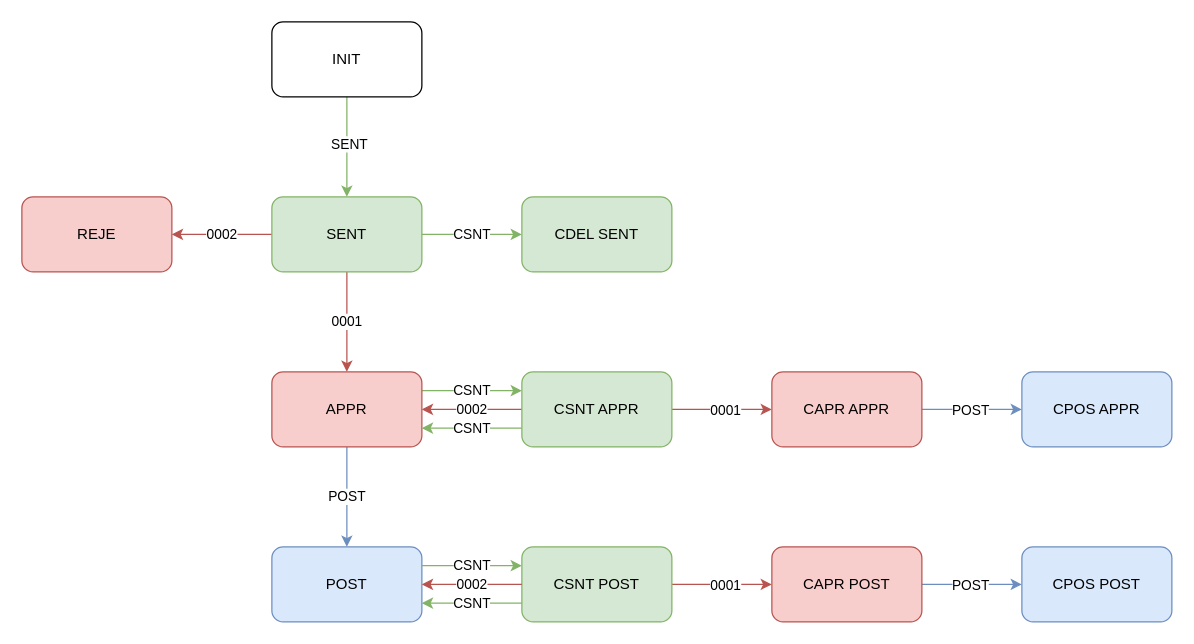
Above: Diagram bez tytułu.drawio in Pomczyk/Testowe (draw.io), before the change. Source tidied: cells renumbered, new cells numbered last; positions are measured from the earlier drawing's top-left corner, leaving out a move shared by most shapes. Both pictures are drawn from the tidied source at 125%, with x=0, y=0 at pixel (21, 21).
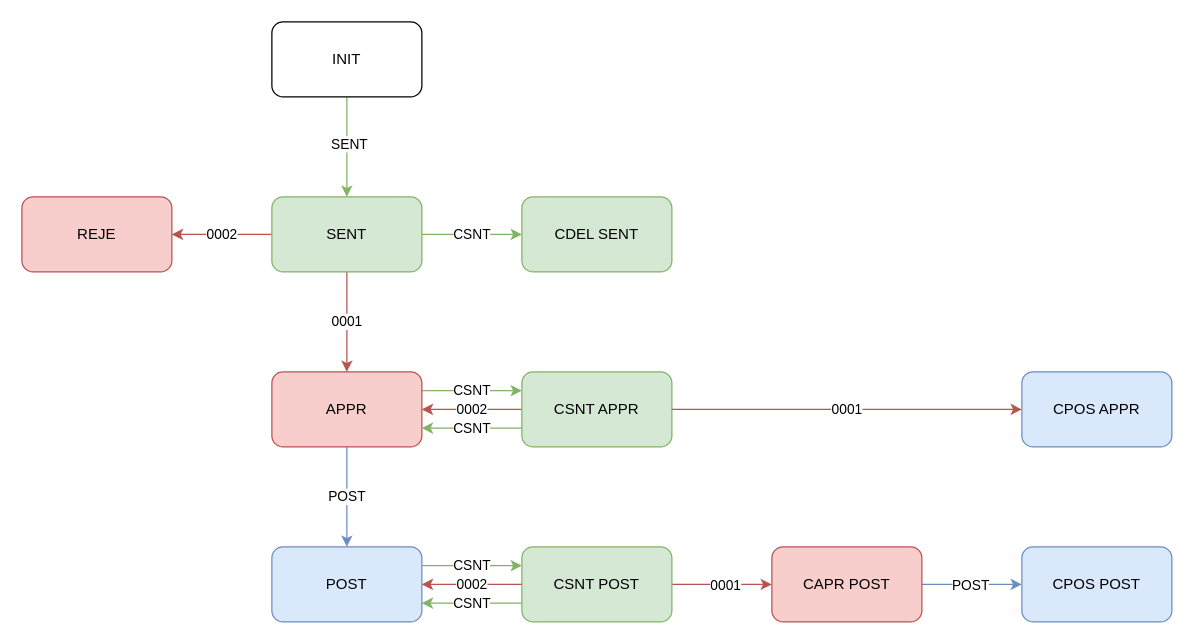
After the change.

Unchanged cells that the change refers to:
```xml
<mxCell id="16" value="CSNT APPR" style="rounded=1;whiteSpace=wrap;html=1;fillColor=#d5e8d4;strokeColor=#82b366;" parent="1" vertex="1">
  <mxGeometry x="400" y="280" width="120" height="60" as="geometry" />
</mxCell>
<mxCell id="21" value="CPOS APPR" style="rounded=1;whiteSpace=wrap;html=1;fillColor=#dae8fc;strokeColor=#6c8ebf;" parent="1" vertex="1">
  <mxGeometry x="800" y="280" width="120" height="60" as="geometry" />
</mxCell>
```

Change to the diagram source:
```diff
@@
-    <mxCell id="13" style="edgeStyle=orthogonalEdgeStyle;rounded=1;jettySize=auto;html=1;fillColor=#f8cecc;strokeColor=#b85450;" parent="1" edge="1" source="16" target="19">
-      <mxGeometry relative="1" as="geometry" />
-    </mxCell>
-    <mxCell id="14" value="0001" style="edgeLabel;html=1;align=center;verticalAlign=middle;rounded=1;" parent="13" vertex="1">
-      <mxGeometry x="0.05" relative="1" as="geometry" />
-    </mxCell>
@@
-    <mxCell id="17" style="edgeStyle=orthogonalEdgeStyle;rounded=1;jettySize=auto;html=1;fillColor=#dae8fc;strokeColor=#6c8ebf;" parent="1" edge="1" source="19" target="21">
-      <mxGeometry relative="1" as="geometry" />
-    </mxCell>
-    <mxCell id="18" value="POST" style="edgeLabel;html=1;align=center;verticalAlign=middle;rounded=1;" parent="17" vertex="1">
-      <mxGeometry x="-0.05" relative="1" as="geometry" />
-    </mxCell>
-    <mxCell id="19" value="CAPR APPR" style="rounded=1;whiteSpace=wrap;html=1;fillColor=#f8cecc;strokeColor=#b85450;" parent="1" vertex="1">
-      <mxGeometry x="600" y="280" width="120" height="60" as="geometry" />
-    </mxCell>
@@
+    <mxCell id="14" value="0001" style="edgeStyle=orthogonalEdgeStyle;rounded=1;jettySize=auto;html=1;fillColor=#f8cecc;strokeColor=#b85450;entryX=0;entryY=0.5;entryDx=0;entryDy=0;" parent="1" edge="1" source="16" target="21">
+      <mxGeometry relative="1" as="geometry" />
+    </mxCell>
```
